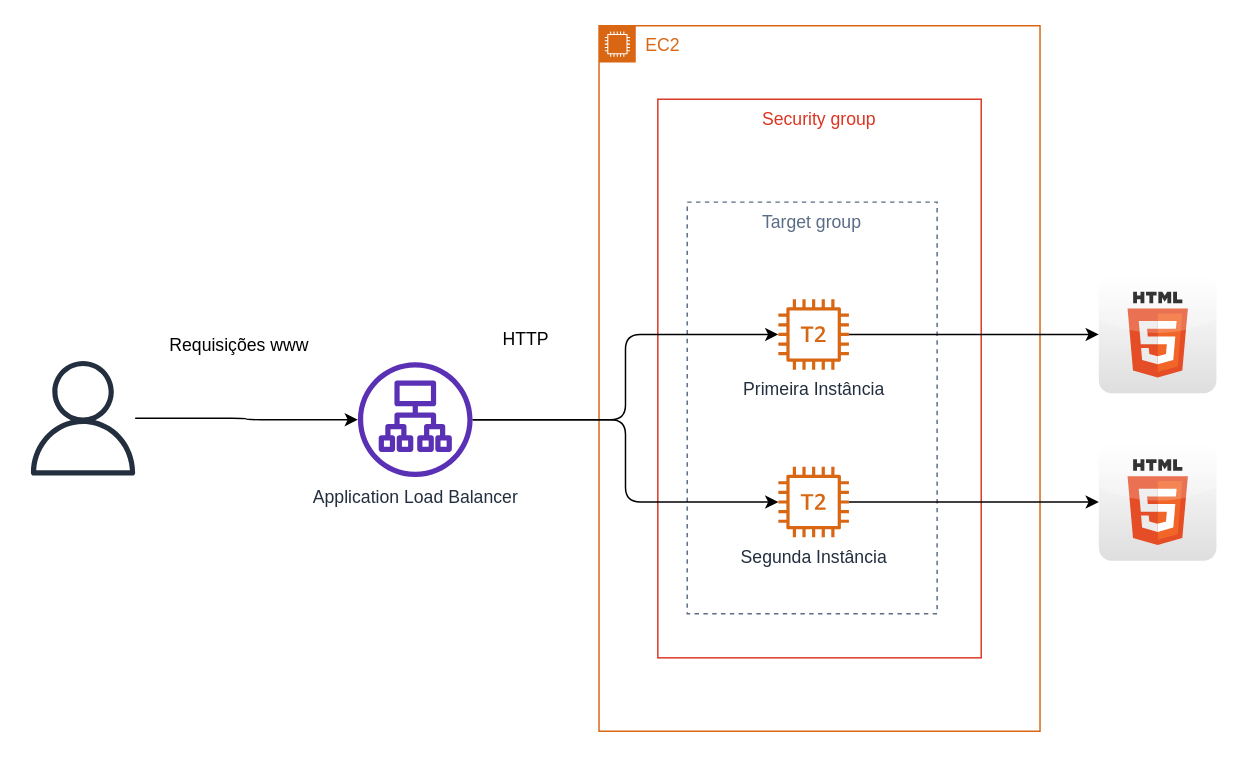
Before: page "ALB" (2 of 4) of aws solutions architect associate/Diagramas.drawio in carloslima78/aws-trilhas, a draw.io diagram. Source tidied: cells renumbered, new cells numbered last; positions are measured from the earlier drawing's top-left corner, leaving out a move shared by most shapes. Both pictures are drawn from the tidied source at 147%, with x=0, y=0 at pixel (25, 25).
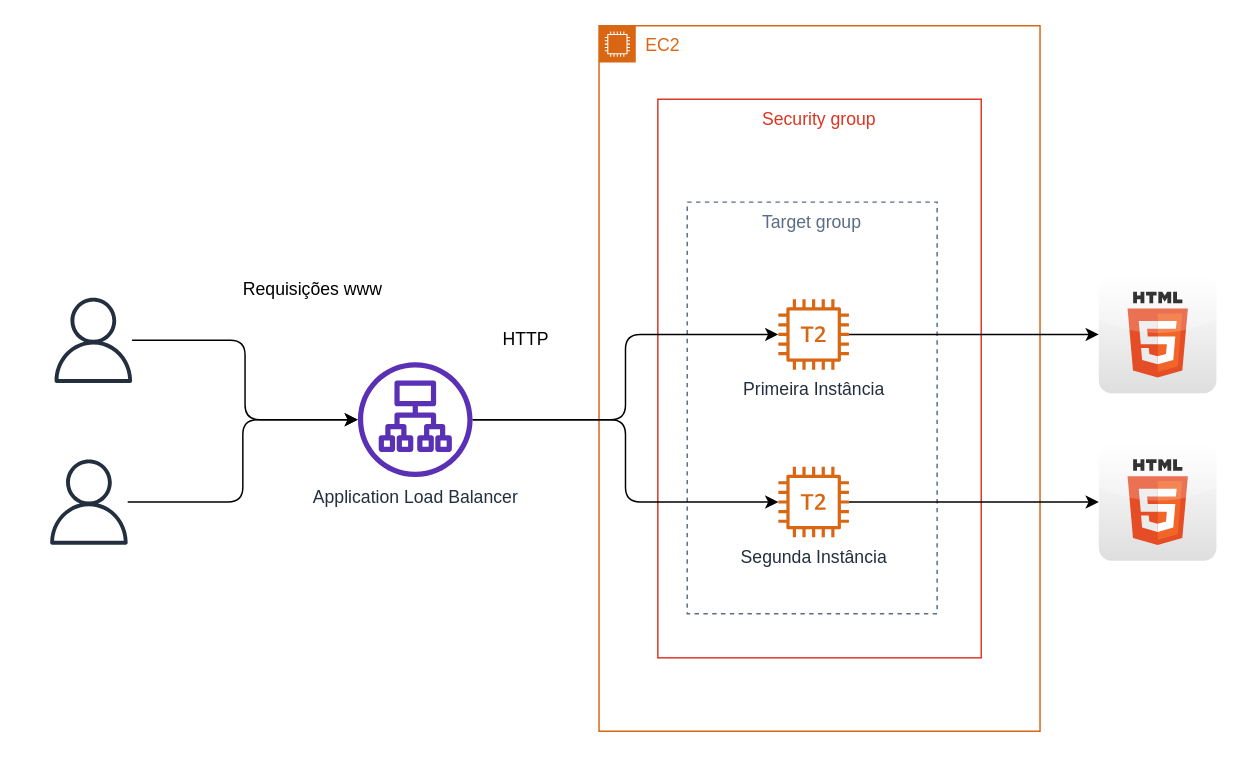
The same page after the edit.

The edit, as a diff of the source:
```diff
@@
 <mxGraphModel>
   <root>
     <mxCell id="0" />
     <mxCell id="1" parent="0" />
     <mxCell id="2" value="EC2" style="gradientColor=none;html=1;whiteSpace=wrap;fontSize=12;fontStyle=0;shape=mxgraph.aws4.group;grIcon=mxgraph.aws4.group_ec2_instance_contents;strokeColor=#D86613;fillColor=none;verticalAlign=top;align=left;spacingLeft=30;fontColor=#D86613;dashed=0;" parent="1" vertex="1">
       <mxGeometry x="390" width="300" height="480" as="geometry" />
     </mxCell>
     <mxCell id="3" value="Security group" style="fillColor=none;strokeColor=#DD3522;verticalAlign=top;fontStyle=0;fontColor=#DD3522;" parent="1" vertex="1">
       <mxGeometry x="430" y="50" width="220" height="380" as="geometry" />
     </mxCell>
     <mxCell id="4" value="Target group" style="fillColor=none;strokeColor=#5A6C86;dashed=1;verticalAlign=top;fontStyle=0;fontColor=#5A6C86;" parent="1" vertex="1">
       <mxGeometry x="450" y="120" width="170" height="280" as="geometry" />
     </mxCell>
     <mxCell id="5" style="edgeStyle=orthogonalEdgeStyle;rounded=1;jettySize=auto;html=1;" parent="1" edge="1" source="6" target="12">
       <mxGeometry relative="1" as="geometry" />
     </mxCell>
     <mxCell id="6" value="Primeira Instância" style="outlineConnect=0;fontColor=#232F3E;gradientColor=none;fillColor=#D86613;strokeColor=none;dashed=0;verticalLabelPosition=bottom;verticalAlign=top;align=center;html=1;fontSize=12;fontStyle=0;shape=mxgraph.aws4.t2_instance;" parent="1" vertex="1">
       <mxGeometry x="512" y="186" width="48" height="48" as="geometry" />
     </mxCell>
     <mxCell id="7" style="edgeStyle=orthogonalEdgeStyle;rounded=1;jettySize=auto;html=1;" parent="1" edge="1" source="8" target="13">
       <mxGeometry relative="1" as="geometry" />
     </mxCell>
     <mxCell id="8" value="Segunda Instância" style="outlineConnect=0;fontColor=#232F3E;gradientColor=none;fillColor=#D86613;strokeColor=none;dashed=0;verticalLabelPosition=bottom;verticalAlign=top;align=center;html=1;fontSize=12;fontStyle=0;shape=mxgraph.aws4.t2_instance;" parent="1" vertex="1">
       <mxGeometry x="512" y="300" width="48" height="48" as="geometry" />
     </mxCell>
     <mxCell id="9" style="edgeStyle=orthogonalEdgeStyle;rounded=1;jettySize=auto;html=1;" parent="1" edge="1" source="11" target="6">
       <mxGeometry relative="1" as="geometry" />
     </mxCell>
     <mxCell id="10" style="edgeStyle=orthogonalEdgeStyle;rounded=1;jettySize=auto;html=1;" parent="1" edge="1" source="11" target="8">
       <mxGeometry relative="1" as="geometry" />
     </mxCell>
     <mxCell id="11" value="Application Load Balancer" style="outlineConnect=0;fontColor=#232F3E;gradientColor=none;fillColor=#5A30B5;strokeColor=none;dashed=0;verticalLabelPosition=bottom;verticalAlign=top;align=center;html=1;fontSize=12;fontStyle=0;shape=mxgraph.aws4.application_load_balancer;" parent="1" vertex="1">
       <mxGeometry x="226" y="229" width="78" height="78" as="geometry" />
     </mxCell>
     <mxCell id="12" style="dashed=0;outlineConnect=0;html=1;align=center;labelPosition=center;verticalLabelPosition=bottom;verticalAlign=top;shape=mxgraph.webicons.html5;gradientColor=#DFDEDE;" parent="1" vertex="1">
       <mxGeometry x="730" y="170" width="80" height="80" as="geometry" />
     </mxCell>
     <mxCell id="13" style="dashed=0;outlineConnect=0;html=1;align=center;labelPosition=center;verticalLabelPosition=bottom;verticalAlign=top;shape=mxgraph.webicons.html5;gradientColor=#DFDEDE;" parent="1" vertex="1">
       <mxGeometry x="730" y="284" width="80" height="80" as="geometry" />
     </mxCell>
     <mxCell id="14" style="edgeStyle=orthogonalEdgeStyle;rounded=1;jettySize=auto;html=1;" parent="1" edge="1" source="15" target="11">
       <mxGeometry relative="1" as="geometry" />
     </mxCell>
     <mxCell id="15" style="outlineConnect=0;fontColor=#232F3E;gradientColor=none;fillColor=#232F3E;strokeColor=none;dashed=0;verticalLabelPosition=bottom;verticalAlign=top;align=center;html=1;fontSize=12;fontStyle=0;shape=mxgraph.aws4.user;" parent="1" vertex="1">
-      <mxGeometry y="228" width="78" height="78" as="geometry" />
+      <mxGeometry x="17" y="185" width="58" height="58" as="geometry" />
     </mxCell>
     <mxCell id="16" value="Requisições www" style="text;html=1;align=center;verticalAlign=middle;strokeColor=none;" parent="1" vertex="1">
-      <mxGeometry x="90" y="208" width="110" height="20" as="geometry" />
+      <mxGeometry x="140" y="170" width="110" height="20" as="geometry" />
     </mxCell>
     <mxCell id="17" value="HTTP" style="text;html=1;align=center;verticalAlign=middle;strokeColor=none;" parent="1" vertex="1">
       <mxGeometry x="315" y="204" width="50" height="20" as="geometry" />
     </mxCell>
+    <mxCell id="18" style="edgeStyle=orthogonalEdgeStyle;rounded=1;jettySize=auto;html=1;" parent="1" edge="1" source="19" target="11">
+      <mxGeometry relative="1" as="geometry" />
+    </mxCell>
+    <mxCell id="19" style="outlineConnect=0;fontColor=#232F3E;gradientColor=none;fillColor=#232F3E;strokeColor=none;dashed=0;verticalLabelPosition=bottom;verticalAlign=top;align=center;html=1;fontSize=12;fontStyle=0;shape=mxgraph.aws4.user;" parent="1" vertex="1">
+      <mxGeometry x="14" y="295" width="58" height="58" as="geometry" />
+    </mxCell>
   </root>
 </mxGraphModel>
```
